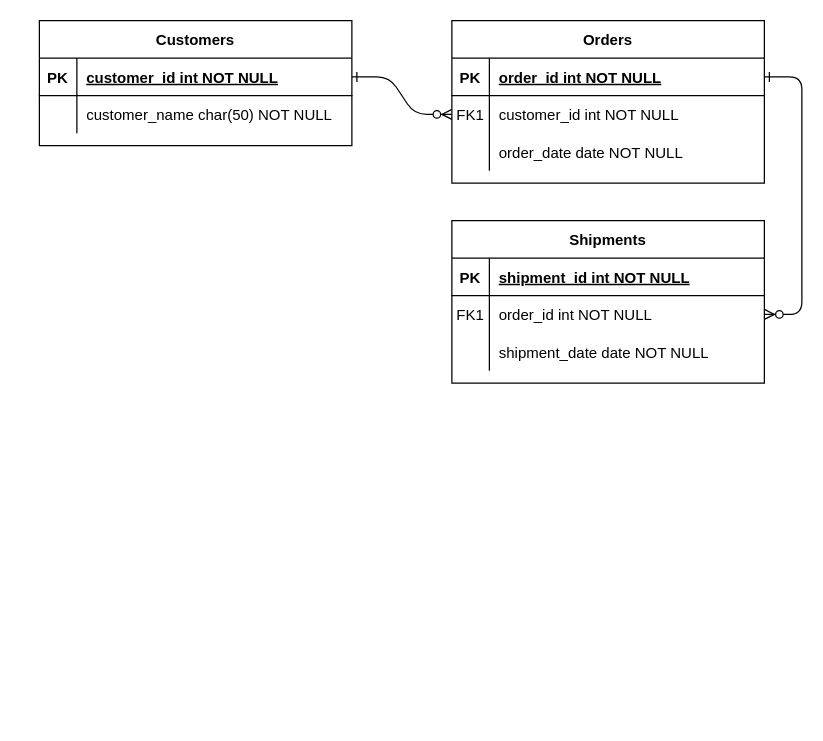
colosalsoftware/Tesis keeps this draw.io diagram as Tesis/diagrama entiad relacion tesis.drawio. Above is the earlier version. Source tidied: cells renumbered, new cells numbered last; positions are measured from the earlier drawing's top-left corner, leaving out a move shared by most shapes. Both pictures are drawn from the tidied source at 125%, with x=0, y=0 at pixel (39, 20).
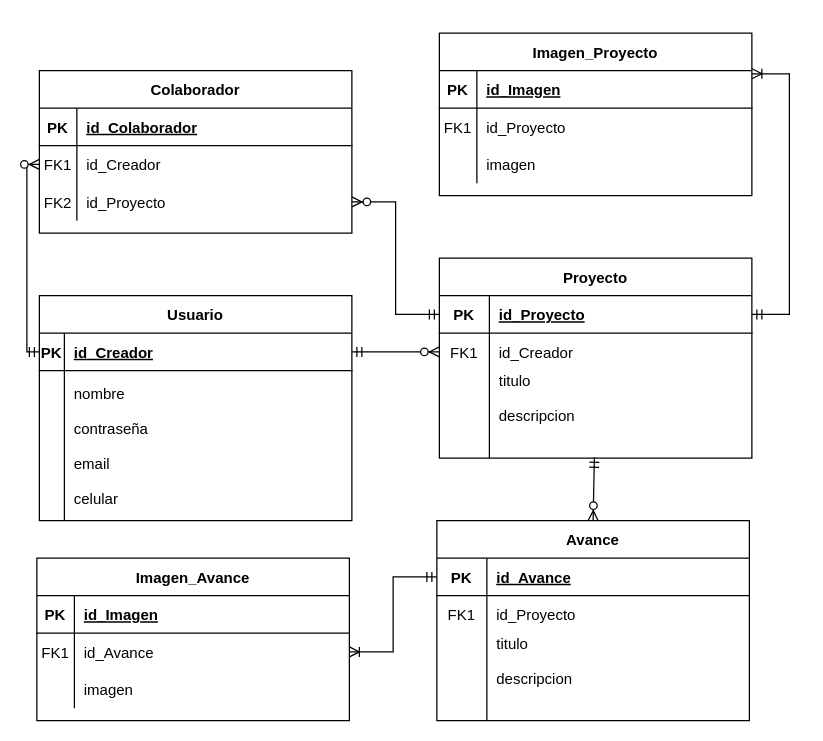
After the change.

Commit message (it also covers changes not shown here):
subo diagrama entidad relacion

The change refers to these unchanged cells:
```xml
<mxCell id="5" style="shape=partialRectangle;fillColor=none;points=[[0,0.5],[1,0.5]];portConstraint=eastwest;top=0;left=0;right=0;bottom=1;" parent="4" vertex="1">
  <mxGeometry y="30" width="250" height="30" as="geometry" />
</mxCell>
<mxCell id="8" style="shape=partialRectangle;fillColor=none;points=[[0,0.5],[1,0.5]];portConstraint=eastwest;top=0;left=0;right=0;bottom=0;" parent="4" vertex="1">
  <mxGeometry y="60" width="250" height="30" as="geometry" />
</mxCell>
<mxCell id="11" style="shape=partialRectangle;fillColor=none;points=[[0,0.5],[1,0.5]];portConstraint=eastwest;top=0;left=0;right=0;bottom=0;" parent="4" vertex="1">
  <mxGeometry y="90" width="250" height="30" as="geometry" />
</mxCell>
<mxCell id="15" style="shape=partialRectangle;fillColor=none;points=[[0,0.5],[1,0.5]];portConstraint=eastwest;top=0;left=0;right=0;bottom=1;" parent="14" vertex="1">
  <mxGeometry y="30" width="250" height="30" as="geometry" />
</mxCell>
<mxCell id="18" style="shape=partialRectangle;fillColor=none;points=[[0,0.5],[1,0.5]];portConstraint=eastwest;top=0;left=0;right=0;bottom=0;" parent="14" vertex="1">
  <mxGeometry y="60" width="250" height="30" as="geometry" />
</mxCell>
<mxCell id="25" style="shape=partialRectangle;fillColor=none;points=[[0,0.5],[1,0.5]];portConstraint=eastwest;top=0;left=0;right=0;bottom=1;" parent="24" vertex="1">
  <mxGeometry y="30" width="250" height="30" as="geometry" />
</mxCell>
```

Change to the diagram source:
```diff
@@
-    <mxCell id="2" style="edgeStyle=entityRelationEdgeStyle;endArrow=ERzeroToMany;startArrow=ERone;endFill=1;startFill=0;" parent="1" edge="1" source="25" target="8">
-      <mxGeometry relative="1" as="geometry" />
-    </mxCell>
-    <mxCell id="3" style="edgeStyle=entityRelationEdgeStyle;endArrow=ERzeroToMany;startArrow=ERone;endFill=1;startFill=0;" parent="1" edge="1" source="5" target="18">
-      <mxGeometry relative="1" as="geometry" />
-    </mxCell>
-    <mxCell id="4" value="Orders" style="shape=table;startSize=30;childLayout=tableLayout;rowLines=0;fontStyle=1;align=center;" parent="1" vertex="1">
-      <mxGeometry x="330" width="250" height="130" as="geometry" />
+    <mxCell id="4" value="Colaborador" style="shape=table;startSize=30;childLayout=tableLayout;rowLines=0;fontStyle=1;align=center;" parent="1" vertex="1">
+      <mxGeometry y="40" width="250" height="130" as="geometry" />
     </mxCell>
@@
-    <mxCell id="7" value="order_id int NOT NULL " style="shape=partialRectangle;overflow=hidden;fillColor=none;top=0;left=0;bottom=0;right=0;align=left;spacingLeft=6;fontStyle=5;" parent="5" vertex="1">
+    <mxCell id="7" value="id_Colaborador" style="shape=partialRectangle;overflow=hidden;fillColor=none;top=0;left=0;bottom=0;right=0;align=left;spacingLeft=6;fontStyle=5;" parent="5" vertex="1">
       <mxGeometry x="30" width="220" height="30" as="geometry" />
     </mxCell>
@@
-    <mxCell id="10" value="customer_id int NOT NULL" style="shape=partialRectangle;overflow=hidden;fillColor=none;top=0;left=0;bottom=0;right=0;align=left;spacingLeft=6;" parent="8" vertex="1">
+    <mxCell id="10" value="id_Creador" style="shape=partialRectangle;overflow=hidden;fillColor=none;top=0;left=0;bottom=0;right=0;align=left;spacingLeft=6;" parent="8" vertex="1">
       <mxGeometry x="30" width="220" height="30" as="geometry" />
     </mxCell>
@@
-    <mxCell id="12" style="shape=partialRectangle;overflow=hidden;fillColor=none;top=0;left=0;bottom=0;right=0;" parent="11" vertex="1">
+    <mxCell id="12" value="FK2" style="shape=partialRectangle;overflow=hidden;fillColor=none;top=0;left=0;bottom=0;right=0;" parent="11" vertex="1">
       <mxGeometry width="30" height="30" as="geometry" />
     </mxCell>
-    <mxCell id="13" value="order_date date NOT NULL" style="shape=partialRectangle;overflow=hidden;fillColor=none;top=0;left=0;bottom=0;right=0;align=left;spacingLeft=6;" parent="11" vertex="1">
+    <mxCell id="13" value="id_Proyecto" style="shape=partialRectangle;overflow=hidden;fillColor=none;top=0;left=0;bottom=0;right=0;align=left;spacingLeft=6;" parent="11" vertex="1">
       <mxGeometry x="30" width="220" height="30" as="geometry" />
     </mxCell>
-    <mxCell id="14" value="Shipments" style="shape=table;startSize=30;childLayout=tableLayout;rowLines=0;fontStyle=1;align=center;" parent="1" vertex="1">
-      <mxGeometry x="330" y="160" width="250" height="130" as="geometry" />
+    <mxCell id="14" value="Proyecto" style="shape=table;startSize=30;childLayout=tableLayout;rowLines=0;fontStyle=1;align=center;" parent="1" vertex="1">
+      <mxGeometry x="320" y="190" width="250" height="160" as="geometry" />
     </mxCell>
@@
     <mxCell id="16" value="PK" style="shape=partialRectangle;overflow=hidden;fillColor=none;top=0;left=0;bottom=0;right=0;fontStyle=1;" parent="15" vertex="1">
-      <mxGeometry width="30" height="30" as="geometry" />
+      <mxGeometry width="40" height="30" as="geometry" />
     </mxCell>
-    <mxCell id="17" value="shipment_id int NOT NULL " style="shape=partialRectangle;overflow=hidden;fillColor=none;top=0;left=0;bottom=0;right=0;align=left;spacingLeft=6;fontStyle=5;" parent="15" vertex="1">
-      <mxGeometry x="30" width="220" height="30" as="geometry" />
+    <mxCell id="17" value="id_Proyecto" style="shape=partialRectangle;overflow=hidden;fillColor=none;top=0;left=0;bottom=0;right=0;align=left;spacingLeft=6;fontStyle=5;" parent="15" vertex="1">
+      <mxGeometry x="40" width="210" height="30" as="geometry" />
     </mxCell>
@@
     <mxCell id="19" value="FK1" style="shape=partialRectangle;overflow=hidden;fillColor=none;top=0;left=0;bottom=0;right=0;" parent="18" vertex="1">
-      <mxGeometry width="30" height="30" as="geometry" />
+      <mxGeometry width="40" height="30" as="geometry" />
     </mxCell>
-    <mxCell id="20" value="order_id int NOT NULL" style="shape=partialRectangle;overflow=hidden;fillColor=none;top=0;left=0;bottom=0;right=0;align=left;spacingLeft=6;" parent="18" vertex="1">
-      <mxGeometry x="30" width="220" height="30" as="geometry" />
+    <mxCell id="20" value="id_Creador" style="shape=partialRectangle;overflow=hidden;fillColor=none;top=0;left=0;bottom=0;right=0;align=left;spacingLeft=6;" parent="18" vertex="1">
+      <mxGeometry x="40" width="210" height="30" as="geometry" />
     </mxCell>
     <mxCell id="21" style="shape=partialRectangle;fillColor=none;points=[[0,0.5],[1,0.5]];portConstraint=eastwest;top=0;left=0;right=0;bottom=0;" parent="14" vertex="1">
-      <mxGeometry y="90" width="250" height="30" as="geometry" />
+      <mxGeometry y="90" width="250" height="70" as="geometry" />
     </mxCell>
     <mxCell id="22" style="shape=partialRectangle;overflow=hidden;fillColor=none;top=0;left=0;bottom=0;right=0;" parent="21" vertex="1">
-      <mxGeometry width="30" height="30" as="geometry" />
+      <mxGeometry width="40" height="70" as="geometry" />
     </mxCell>
-    <mxCell id="23" value="shipment_date date NOT NULL" style="shape=partialRectangle;overflow=hidden;fillColor=none;top=0;left=0;bottom=0;right=0;align=left;spacingLeft=6;" parent="21" vertex="1">
-      <mxGeometry x="30" width="220" height="30" as="geometry" />
+    <mxCell id="23" value="titulo&#10;&#10;descripcion&#10;&#10;" style="shape=partialRectangle;overflow=hidden;fillColor=none;top=0;left=0;bottom=0;right=0;align=left;spacingLeft=6;" parent="21" vertex="1">
+      <mxGeometry x="40" width="210" height="70" as="geometry" />
     </mxCell>
-    <mxCell id="24" value="Customers" style="shape=table;startSize=30;childLayout=tableLayout;rowLines=0;fontStyle=1;align=center;" parent="1" vertex="1">
-      <mxGeometry width="250" height="100" as="geometry" />
+    <mxCell id="24" value="Usuario" style="shape=table;startSize=30;childLayout=tableLayout;rowLines=0;fontStyle=1;align=center;" parent="1" vertex="1">
+      <mxGeometry y="220" width="250" height="180" as="geometry" />
     </mxCell>
@@
     <mxCell id="26" value="PK" style="shape=partialRectangle;overflow=hidden;fillColor=none;top=0;left=0;bottom=0;right=0;fontStyle=1;" parent="25" vertex="1">
-      <mxGeometry width="30" height="30" as="geometry" />
+      <mxGeometry width="20" height="30" as="geometry" />
     </mxCell>
-    <mxCell id="27" value="customer_id int NOT NULL " style="shape=partialRectangle;overflow=hidden;fillColor=none;top=0;left=0;bottom=0;right=0;align=left;spacingLeft=6;fontStyle=5;" parent="25" vertex="1">
-      <mxGeometry x="30" width="220" height="30" as="geometry" />
+    <mxCell id="27" value="id_Creador" style="shape=partialRectangle;overflow=hidden;fillColor=none;top=0;left=0;bottom=0;right=0;align=left;spacingLeft=6;fontStyle=5;" parent="25" vertex="1">
+      <mxGeometry x="20" width="230" height="30" as="geometry" />
     </mxCell>
     <mxCell id="28" style="shape=partialRectangle;fillColor=none;top=0;left=0;right=0;bottom=0;" parent="24" vertex="1">
-      <mxGeometry y="60" width="250" height="30" as="geometry" />
+      <mxGeometry y="60" width="250" height="120" as="geometry" />
     </mxCell>
     <mxCell id="29" style="shape=partialRectangle;overflow=hidden;fillColor=none;top=0;left=0;bottom=0;right=0;" parent="28" vertex="1">
-      <mxGeometry width="30" height="30" as="geometry" />
+      <mxGeometry width="20" height="120" as="geometry" />
     </mxCell>
-    <mxCell id="30" value="customer_name char(50) NOT NULL" style="shape=partialRectangle;overflow=hidden;fillColor=none;top=0;left=0;bottom=0;right=0;align=left;spacingLeft=6;" parent="28" vertex="1">
-      <mxGeometry x="30" width="220" height="30" as="geometry" />
+    <mxCell id="30" value="nombre&#10;&#10;contraseña&#10;&#10;email&#10;&#10;celular" style="shape=partialRectangle;overflow=hidden;fillColor=none;top=0;left=0;bottom=0;right=0;align=left;spacingLeft=6;" parent="28" vertex="1">
+      <mxGeometry x="20" width="230" height="120" as="geometry" />
     </mxCell>
+    <mxCell id="31" value="Imagen_Proyecto" style="shape=table;startSize=30;childLayout=tableLayout;rowLines=0;fontStyle=1;align=center;" parent="1" vertex="1">
+      <mxGeometry x="320" y="10" width="250" height="130" as="geometry" />
+    </mxCell>
+    <mxCell id="32" style="shape=partialRectangle;fillColor=none;top=0;left=0;right=0;bottom=1;" parent="31" vertex="1">
+      <mxGeometry y="30" width="250" height="30" as="geometry" />
+    </mxCell>
+    <mxCell id="33" value="PK" style="shape=partialRectangle;overflow=hidden;fillColor=none;top=0;left=0;bottom=0;right=0;fontStyle=1;" parent="32" vertex="1">
+      <mxGeometry width="30" height="30" as="geometry" />
+    </mxCell>
+    <mxCell id="34" value="id_Imagen" style="shape=partialRectangle;overflow=hidden;fillColor=none;top=0;left=0;bottom=0;right=0;align=left;spacingLeft=6;fontStyle=5;" parent="32" vertex="1">
+      <mxGeometry x="30" width="220" height="30" as="geometry" />
+    </mxCell>
+    <mxCell id="35" style="shape=partialRectangle;fillColor=none;top=0;left=0;right=0;bottom=0;" parent="31" vertex="1">
+      <mxGeometry y="60" width="250" height="30" as="geometry" />
+    </mxCell>
+    <mxCell id="36" value="FK1" style="shape=partialRectangle;overflow=hidden;fillColor=none;top=0;left=0;bottom=0;right=0;" parent="35" vertex="1">
+      <mxGeometry width="30" height="30" as="geometry" />
+    </mxCell>
+    <mxCell id="37" value="id_Proyecto" style="shape=partialRectangle;overflow=hidden;fillColor=none;top=0;left=0;bottom=0;right=0;align=left;spacingLeft=6;" parent="35" vertex="1">
+      <mxGeometry x="30" width="220" height="30" as="geometry" />
+    </mxCell>
+    <mxCell id="38" style="shape=partialRectangle;fillColor=none;top=0;left=0;right=0;bottom=0;" parent="31" vertex="1">
+      <mxGeometry y="90" width="250" height="30" as="geometry" />
+    </mxCell>
+    <mxCell id="39" style="shape=partialRectangle;overflow=hidden;fillColor=none;top=0;left=0;bottom=0;right=0;" parent="38" vertex="1">
+      <mxGeometry width="30" height="30" as="geometry" />
+    </mxCell>
+    <mxCell id="40" value="imagen" style="shape=partialRectangle;overflow=hidden;fillColor=none;top=0;left=0;bottom=0;right=0;align=left;spacingLeft=6;" parent="38" vertex="1">
+      <mxGeometry x="30" width="220" height="30" as="geometry" />
+    </mxCell>
+    <mxCell id="41" value="Imagen_Avance" style="shape=table;startSize=30;childLayout=tableLayout;rowLines=0;fontStyle=1;align=center;" parent="1" vertex="1">
+      <mxGeometry x="-2" y="430" width="250" height="130" as="geometry" />
+    </mxCell>
+    <mxCell id="42" style="shape=partialRectangle;fillColor=none;top=0;left=0;right=0;bottom=1;" parent="41" vertex="1">
+      <mxGeometry y="30" width="250" height="30" as="geometry" />
+    </mxCell>
+    <mxCell id="43" value="PK" style="shape=partialRectangle;overflow=hidden;fillColor=none;top=0;left=0;bottom=0;right=0;fontStyle=1;" parent="42" vertex="1">
+      <mxGeometry width="30" height="30" as="geometry" />
+    </mxCell>
+    <mxCell id="44" value="id_Imagen" style="shape=partialRectangle;overflow=hidden;fillColor=none;top=0;left=0;bottom=0;right=0;align=left;spacingLeft=6;fontStyle=5;" parent="42" vertex="1">
+      <mxGeometry x="30" width="220" height="30" as="geometry" />
+    </mxCell>
+    <mxCell id="45" style="shape=partialRectangle;fillColor=none;points=[[0,0.5],[1,0.5]];portConstraint=eastwest;top=0;left=0;right=0;bottom=0;" parent="41" vertex="1">
+      <mxGeometry y="60" width="250" height="30" as="geometry" />
+    </mxCell>
+    <mxCell id="46" value="FK1" style="shape=partialRectangle;overflow=hidden;fillColor=none;top=0;left=0;bottom=0;right=0;" parent="45" vertex="1">
+      <mxGeometry width="30" height="30" as="geometry" />
+    </mxCell>
+    <mxCell id="47" value="id_Avance" style="shape=partialRectangle;overflow=hidden;fillColor=none;top=0;left=0;bottom=0;right=0;align=left;spacingLeft=6;" parent="45" vertex="1">
+      <mxGeometry x="30" width="220" height="30" as="geometry" />
+    </mxCell>
+    <mxCell id="48" style="shape=partialRectangle;fillColor=none;top=0;left=0;right=0;bottom=0;" parent="41" vertex="1">
+      <mxGeometry y="90" width="250" height="30" as="geometry" />
+    </mxCell>
+    <mxCell id="49" style="shape=partialRectangle;overflow=hidden;fillColor=none;top=0;left=0;bottom=0;right=0;" parent="48" vertex="1">
+      <mxGeometry width="30" height="30" as="geometry" />
+    </mxCell>
+    <mxCell id="50" value="imagen" style="shape=partialRectangle;overflow=hidden;fillColor=none;top=0;left=0;bottom=0;right=0;align=left;spacingLeft=6;" parent="48" vertex="1">
+      <mxGeometry x="30" width="220" height="30" as="geometry" />
+    </mxCell>
+    <mxCell id="51" value="Avance" style="shape=table;startSize=30;childLayout=tableLayout;rowLines=0;fontStyle=1;align=center;" parent="1" vertex="1">
+      <mxGeometry x="318" y="400" width="250" height="160" as="geometry" />
+    </mxCell>
+    <mxCell id="52" style="shape=partialRectangle;fillColor=none;points=[[0,0.5],[1,0.5]];portConstraint=eastwest;top=0;left=0;right=0;bottom=1;" parent="51" vertex="1">
+      <mxGeometry y="30" width="250" height="30" as="geometry" />
+    </mxCell>
+    <mxCell id="53" value="PK" style="shape=partialRectangle;overflow=hidden;fillColor=none;top=0;left=0;bottom=0;right=0;fontStyle=1;" parent="52" vertex="1">
+      <mxGeometry width="40" height="30" as="geometry" />
+    </mxCell>
+    <mxCell id="54" value="id_Avance" style="shape=partialRectangle;overflow=hidden;fillColor=none;top=0;left=0;bottom=0;right=0;align=left;spacingLeft=6;fontStyle=5;" parent="52" vertex="1">
+      <mxGeometry x="40" width="210" height="30" as="geometry" />
+    </mxCell>
+    <mxCell id="55" style="shape=partialRectangle;fillColor=none;top=0;left=0;right=0;bottom=0;" parent="51" vertex="1">
+      <mxGeometry y="60" width="250" height="30" as="geometry" />
+    </mxCell>
+    <mxCell id="56" value="FK1" style="shape=partialRectangle;overflow=hidden;fillColor=none;top=0;left=0;bottom=0;right=0;" parent="55" vertex="1">
+      <mxGeometry width="40" height="30" as="geometry" />
+    </mxCell>
+    <mxCell id="57" value="id_Proyecto" style="shape=partialRectangle;overflow=hidden;fillColor=none;top=0;left=0;bottom=0;right=0;align=left;spacingLeft=6;" parent="55" vertex="1">
+      <mxGeometry x="40" width="210" height="30" as="geometry" />
+    </mxCell>
+    <mxCell id="58" style="shape=partialRectangle;fillColor=none;top=0;left=0;right=0;bottom=0;" parent="51" vertex="1">
+      <mxGeometry y="90" width="250" height="70" as="geometry" />
+    </mxCell>
+    <mxCell id="59" style="shape=partialRectangle;overflow=hidden;fillColor=none;top=0;left=0;bottom=0;right=0;" parent="58" vertex="1">
+      <mxGeometry width="40" height="70" as="geometry" />
+    </mxCell>
+    <mxCell id="60" value="titulo&#10;&#10;descripcion&#10;&#10;" style="shape=partialRectangle;overflow=hidden;fillColor=none;top=0;left=0;bottom=0;right=0;align=left;spacingLeft=6;" parent="58" vertex="1">
+      <mxGeometry x="40" width="210" height="70" as="geometry" />
+    </mxCell>
+    <mxCell id="2" style="edgeStyle=orthogonalEdgeStyle;fontSize=12;html=1;endArrow=ERzeroToMany;startArrow=ERmandOne;rounded=0;exitX=0;exitY=0.5;exitDx=0;exitDy=0;entryX=0;entryY=0.5;entryDx=0;entryDy=0;" parent="1" edge="1" source="25" target="8">
+      <mxGeometry relative="1" as="geometry" />
+    </mxCell>
+    <mxCell id="61" style="edgeStyle=orthogonalEdgeStyle;fontSize=12;html=1;endArrow=ERzeroToMany;startArrow=ERmandOne;rounded=0;exitX=1;exitY=0.5;exitDx=0;exitDy=0;entryX=0;entryY=0.5;entryDx=0;entryDy=0;" parent="1" edge="1" source="25" target="18">
+      <mxGeometry relative="1" as="geometry" />
+    </mxCell>
+    <mxCell id="62" style="edgeStyle=orthogonalEdgeStyle;fontSize=12;html=1;endArrow=ERzeroToMany;startArrow=ERmandOne;rounded=0;exitX=0;exitY=0.5;exitDx=0;exitDy=0;entryX=1;entryY=0.5;entryDx=0;entryDy=0;" parent="1" edge="1" source="15" target="11">
+      <mxGeometry relative="1" as="geometry" />
+    </mxCell>
+    <mxCell id="63" style="edgeStyle=entityRelationEdgeStyle;fontSize=12;html=1;endArrow=ERoneToMany;startArrow=ERmandOne;rounded=0;entryX=1;entryY=0.25;entryDx=0;entryDy=0;exitX=1;exitY=0.5;exitDx=0;exitDy=0;" parent="1" edge="1" source="15" target="31">
+      <mxGeometry relative="1" as="geometry" />
+    </mxCell>
+    <mxCell id="64" style="fontSize=12;html=1;endArrow=ERzeroToMany;startArrow=ERmandOne;rounded=0;exitX=0.496;exitY=0.989;exitDx=0;exitDy=0;exitPerimeter=0;entryX=0.5;entryY=0;entryDx=0;entryDy=0;" parent="1" edge="1" source="21" target="51">
+      <mxGeometry relative="1" as="geometry" />
+    </mxCell>
+    <mxCell id="65" style="edgeStyle=orthogonalEdgeStyle;fontSize=12;html=1;endArrow=ERoneToMany;startArrow=ERmandOne;rounded=0;exitX=0;exitY=0.5;exitDx=0;exitDy=0;" parent="1" edge="1" source="52" target="45">
+      <mxGeometry relative="1" as="geometry" />
+    </mxCell>
```
